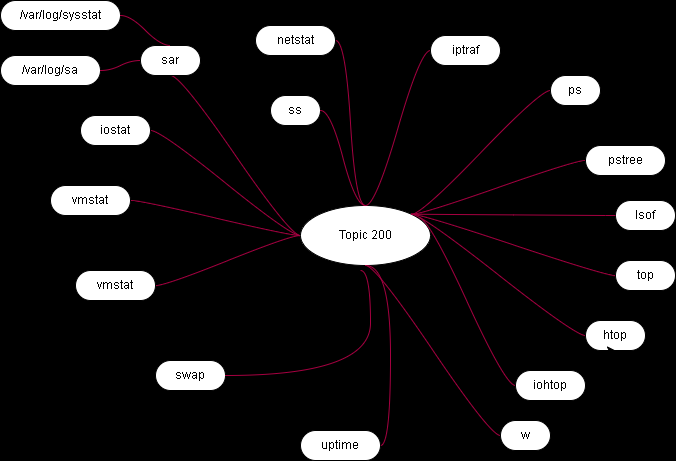
marcossilvestrini/learning-lpic-2-201-450 keeps this draw.io diagram as MindMaps/MindMaps.drawio.png. Above is the earlier version. Source tidied: cells renumbered, new cells last; positions are measured from the earlier drawing's top-left corner, leaving out a move shared by most shapes.
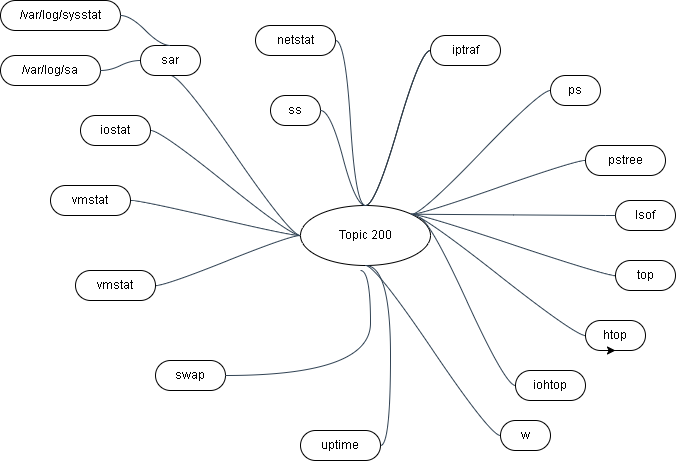
Later version of the same file.

Diff of the diagram source:
```diff
@@ -1,20 +1,20 @@
-<mxGraphModel background="#000000">
+<mxGraphModel shadow="1">
   <root>
     <mxCell id="0" />
     <mxCell id="1" parent="0" />
     <mxCell id="2" value="Topic 200" style="ellipse;whiteSpace=wrap;html=1;align=center;newEdgeStyle={&quot;edgeStyle&quot;:&quot;entityRelationEdgeStyle&quot;,&quot;startArrow&quot;:&quot;none&quot;,&quot;endArrow&quot;:&quot;none&quot;,&quot;segment&quot;:10,&quot;curved&quot;:1};" parent="1" vertex="1">
       <mxGeometry x="300" y="205" width="130" height="60" as="geometry" />
     </mxCell>
-    <mxCell id="3" style="edgeStyle=entityRelationEdgeStyle;startArrow=none;endArrow=none;segment=10;curved=1;exitX=0;exitY=0.5;exitDx=0;exitDy=0;entryX=1;entryY=0.5;entryDx=0;entryDy=0;fillColor=#d80073;strokeColor=#A50040;shadow=0;" parent="1" edge="1" source="2" target="9">
+    <mxCell id="3" style="edgeStyle=entityRelationEdgeStyle;startArrow=none;endArrow=none;segment=10;curved=1;exitX=0;exitY=0.5;exitDx=0;exitDy=0;entryX=1;entryY=0.5;entryDx=0;entryDy=0;fillColor=#647687;strokeColor=#314354;shadow=0;" parent="1" edge="1" source="2" target="9">
       <mxGeometry relative="1" as="geometry" />
     </mxCell>
-    <mxCell id="4" style="edgeStyle=entityRelationEdgeStyle;startArrow=none;endArrow=none;segment=10;curved=1;exitX=0;exitY=0.5;exitDx=0;exitDy=0;entryX=0.5;entryY=1;entryDx=0;entryDy=0;fillColor=#d80073;strokeColor=#A50040;shadow=0;" parent="1" edge="1" source="2" target="7">
+    <mxCell id="4" style="edgeStyle=entityRelationEdgeStyle;startArrow=none;endArrow=none;segment=10;curved=1;exitX=0;exitY=0.5;exitDx=0;exitDy=0;entryX=0.5;entryY=1;entryDx=0;entryDy=0;fillColor=#647687;strokeColor=#314354;shadow=0;" parent="1" edge="1" source="2" target="7">
       <mxGeometry relative="1" as="geometry" />
     </mxCell>
-    <mxCell id="5" style="edgeStyle=entityRelationEdgeStyle;startArrow=none;endArrow=none;segment=10;curved=1;entryX=1;entryY=0.5;entryDx=0;entryDy=0;exitX=0;exitY=0.5;exitDx=0;exitDy=0;fillColor=#d80073;strokeColor=#A50040;shadow=0;" parent="1" edge="1" source="2" target="10">
+    <mxCell id="5" style="edgeStyle=entityRelationEdgeStyle;startArrow=none;endArrow=none;segment=10;curved=1;entryX=1;entryY=0.5;entryDx=0;entryDy=0;exitX=0;exitY=0.5;exitDx=0;exitDy=0;fillColor=#647687;strokeColor=#314354;shadow=0;" parent="1" edge="1" source="2" target="10">
       <mxGeometry relative="1" as="geometry" />
     </mxCell>
-    <mxCell id="6" style="edgeStyle=entityRelationEdgeStyle;startArrow=none;endArrow=none;segment=10;curved=1;exitX=0;exitY=0.5;exitDx=0;exitDy=0;entryX=1;entryY=0.5;entryDx=0;entryDy=0;fillColor=#d80073;strokeColor=#A50040;shadow=0;" parent="1" edge="1" source="2" target="8">
+    <mxCell id="6" style="edgeStyle=entityRelationEdgeStyle;startArrow=none;endArrow=none;segment=10;curved=1;exitX=0;exitY=0.5;exitDx=0;exitDy=0;entryX=1;entryY=0.5;entryDx=0;entryDy=0;fillColor=#647687;strokeColor=#314354;shadow=0;" parent="1" edge="1" source="2" target="8">
       <mxGeometry relative="1" as="geometry" />
     </mxCell>
     <mxCell id="7" value="sar" style="whiteSpace=wrap;html=1;rounded=1;arcSize=50;align=center;verticalAlign=middle;strokeWidth=1;spacing=4;newEdgeStyle={&quot;edgeStyle&quot;:&quot;entityRelationEdgeStyle&quot;,&quot;startArrow&quot;:&quot;none&quot;,&quot;endArrow&quot;:&quot;none&quot;,&quot;segment&quot;:10,&quot;curved&quot;:1};" parent="1" vertex="1">
@@ -32,25 +32,25 @@
     <mxCell id="11" value="/var/log/sysstat" style="whiteSpace=wrap;html=1;rounded=1;arcSize=50;align=center;verticalAlign=middle;strokeWidth=1;spacing=4;newEdgeStyle={&quot;edgeStyle&quot;:&quot;entityRelationEdgeStyle&quot;,&quot;startArrow&quot;:&quot;none&quot;,&quot;endArrow&quot;:&quot;none&quot;,&quot;segment&quot;:10,&quot;curved&quot;:1};" parent="1" vertex="1">
       <mxGeometry width="120" height="30" as="geometry" />
     </mxCell>
-    <mxCell id="12" style="edgeStyle=entityRelationEdgeStyle;startArrow=none;endArrow=none;segment=10;curved=1;exitX=0.5;exitY=0;exitDx=0;exitDy=0;fillColor=#d80073;strokeColor=#A50040;shadow=0;" parent="1" edge="1" source="7" target="11">
+    <mxCell id="12" style="edgeStyle=entityRelationEdgeStyle;startArrow=none;endArrow=none;segment=10;curved=1;exitX=0.5;exitY=0;exitDx=0;exitDy=0;fillColor=#647687;strokeColor=#314354;shadow=0;" parent="1" edge="1" source="7" target="11">
       <mxGeometry relative="1" as="geometry" />
     </mxCell>
     <mxCell id="13" value="/var/log/sa" style="whiteSpace=wrap;html=1;rounded=1;arcSize=50;align=center;verticalAlign=middle;strokeWidth=1;spacing=4;newEdgeStyle={&quot;edgeStyle&quot;:&quot;entityRelationEdgeStyle&quot;,&quot;startArrow&quot;:&quot;none&quot;,&quot;endArrow&quot;:&quot;none&quot;,&quot;segment&quot;:10,&quot;curved&quot;:1};" parent="1" vertex="1">
       <mxGeometry y="55" width="100" height="30" as="geometry" />
     </mxCell>
-    <mxCell id="14" style="edgeStyle=entityRelationEdgeStyle;startArrow=none;endArrow=none;segment=10;curved=1;exitX=0;exitY=0.5;exitDx=0;exitDy=0;fillColor=#d80073;strokeColor=#A50040;shadow=0;" parent="1" edge="1" source="7" target="13">
+    <mxCell id="14" style="edgeStyle=entityRelationEdgeStyle;startArrow=none;endArrow=none;segment=10;curved=1;exitX=0;exitY=0.5;exitDx=0;exitDy=0;fillColor=#647687;strokeColor=#314354;shadow=0;" parent="1" edge="1" source="7" target="13">
       <mxGeometry relative="1" as="geometry" />
     </mxCell>
     <mxCell id="15" value="netstat" style="whiteSpace=wrap;html=1;rounded=1;arcSize=50;align=center;verticalAlign=middle;strokeWidth=1;spacing=4;newEdgeStyle={&quot;edgeStyle&quot;:&quot;entityRelationEdgeStyle&quot;,&quot;startArrow&quot;:&quot;none&quot;,&quot;endArrow&quot;:&quot;none&quot;,&quot;segment&quot;:10,&quot;curved&quot;:1};" parent="1" vertex="1">
       <mxGeometry x="255" y="25" width="80" height="30" as="geometry" />
     </mxCell>
-    <mxCell id="16" style="edgeStyle=entityRelationEdgeStyle;startArrow=none;endArrow=none;segment=10;curved=1;exitX=0.5;exitY=0;exitDx=0;exitDy=0;fillColor=#d80073;strokeColor=#A50040;shadow=0;" parent="1" edge="1" source="2" target="15">
+    <mxCell id="16" style="edgeStyle=entityRelationEdgeStyle;startArrow=none;endArrow=none;segment=10;curved=1;exitX=0.5;exitY=0;exitDx=0;exitDy=0;fillColor=#647687;strokeColor=#314354;shadow=0;" parent="1" edge="1" source="2" target="15">
       <mxGeometry relative="1" as="geometry" />
     </mxCell>
     <mxCell id="17" value="ss" style="whiteSpace=wrap;html=1;rounded=1;arcSize=50;align=center;verticalAlign=middle;strokeWidth=1;spacing=4;newEdgeStyle={&quot;edgeStyle&quot;:&quot;entityRelationEdgeStyle&quot;,&quot;startArrow&quot;:&quot;none&quot;,&quot;endArrow&quot;:&quot;none&quot;,&quot;segment&quot;:10,&quot;curved&quot;:1};" parent="1" vertex="1">
       <mxGeometry x="270" y="95" width="50" height="30" as="geometry" />
     </mxCell>
-    <mxCell id="18" style="edgeStyle=entityRelationEdgeStyle;startArrow=none;endArrow=none;segment=10;curved=1;exitX=0.5;exitY=0;exitDx=0;exitDy=0;fillColor=#d80073;strokeColor=#A50040;shadow=0;" parent="1" edge="1" source="2" target="17">
+    <mxCell id="18" style="edgeStyle=entityRelationEdgeStyle;startArrow=none;endArrow=none;segment=10;curved=1;exitX=0.5;exitY=0;exitDx=0;exitDy=0;fillColor=#647687;strokeColor=#314354;shadow=0;" parent="1" edge="1" source="2" target="17">
       <mxGeometry relative="1" as="geometry" />
     </mxCell>
     <mxCell id="19" value="iptraf" style="whiteSpace=wrap;html=1;rounded=1;arcSize=50;align=center;verticalAlign=middle;strokeWidth=1;spacing=4;newEdgeStyle={&quot;edgeStyle&quot;:&quot;entityRelationEdgeStyle&quot;,&quot;startArrow&quot;:&quot;none&quot;,&quot;endArrow&quot;:&quot;none&quot;,&quot;segment&quot;:10,&quot;curved&quot;:1};" parent="1" vertex="1">
@@ -62,37 +62,37 @@
     <mxCell id="21" value="ps" style="whiteSpace=wrap;html=1;rounded=1;arcSize=50;align=center;verticalAlign=middle;strokeWidth=1;spacing=4;newEdgeStyle={&quot;edgeStyle&quot;:&quot;entityRelationEdgeStyle&quot;,&quot;startArrow&quot;:&quot;none&quot;,&quot;endArrow&quot;:&quot;none&quot;,&quot;segment&quot;:10,&quot;curved&quot;:1};" parent="1" vertex="1">
       <mxGeometry x="550" y="75" width="50" height="30" as="geometry" />
     </mxCell>
-    <mxCell id="22" style="edgeStyle=entityRelationEdgeStyle;startArrow=none;endArrow=none;segment=10;curved=1;exitX=1;exitY=0;exitDx=0;exitDy=0;fillColor=#d80073;strokeColor=#A50040;shadow=0;" parent="1" edge="1" source="2" target="21">
+    <mxCell id="22" style="edgeStyle=entityRelationEdgeStyle;startArrow=none;endArrow=none;segment=10;curved=1;exitX=1;exitY=0;exitDx=0;exitDy=0;fillColor=#647687;strokeColor=#314354;shadow=0;" parent="1" edge="1" source="2" target="21">
       <mxGeometry relative="1" as="geometry" />
     </mxCell>
     <mxCell id="23" value="pstree" style="whiteSpace=wrap;html=1;rounded=1;arcSize=50;align=center;verticalAlign=middle;strokeWidth=1;spacing=4;newEdgeStyle={&quot;edgeStyle&quot;:&quot;entityRelationEdgeStyle&quot;,&quot;startArrow&quot;:&quot;none&quot;,&quot;endArrow&quot;:&quot;none&quot;,&quot;segment&quot;:10,&quot;curved&quot;:1};" parent="1" vertex="1">
       <mxGeometry x="585" y="145" width="80" height="30" as="geometry" />
     </mxCell>
-    <mxCell id="24" style="edgeStyle=entityRelationEdgeStyle;startArrow=none;endArrow=none;segment=10;curved=1;exitX=1;exitY=0;exitDx=0;exitDy=0;fillColor=#d80073;strokeColor=#A50040;shadow=0;" parent="1" edge="1" source="2" target="23">
+    <mxCell id="24" style="edgeStyle=entityRelationEdgeStyle;startArrow=none;endArrow=none;segment=10;curved=1;exitX=1;exitY=0;exitDx=0;exitDy=0;fillColor=#647687;strokeColor=#314354;shadow=0;" parent="1" edge="1" source="2" target="23">
       <mxGeometry relative="1" as="geometry" />
     </mxCell>
     <mxCell id="25" value="w" style="whiteSpace=wrap;html=1;rounded=1;arcSize=50;align=center;verticalAlign=middle;strokeWidth=1;spacing=4;newEdgeStyle={&quot;edgeStyle&quot;:&quot;entityRelationEdgeStyle&quot;,&quot;startArrow&quot;:&quot;none&quot;,&quot;endArrow&quot;:&quot;none&quot;,&quot;segment&quot;:10,&quot;curved&quot;:1};" parent="1" vertex="1">
       <mxGeometry x="500" y="420" width="50" height="30" as="geometry" />
     </mxCell>
-    <mxCell id="26" style="edgeStyle=entityRelationEdgeStyle;startArrow=none;endArrow=none;segment=10;curved=1;exitX=0.5;exitY=1;exitDx=0;exitDy=0;fillColor=#d80073;strokeColor=#A50040;shadow=0;" parent="1" edge="1" source="2" target="25">
+    <mxCell id="26" style="edgeStyle=entityRelationEdgeStyle;startArrow=none;endArrow=none;segment=10;curved=1;exitX=0.5;exitY=1;exitDx=0;exitDy=0;fillColor=#647687;strokeColor=#314354;shadow=0;" parent="1" edge="1" source="2" target="25">
       <mxGeometry relative="1" as="geometry" />
     </mxCell>
     <mxCell id="27" value="top" style="whiteSpace=wrap;html=1;rounded=1;arcSize=50;align=center;verticalAlign=middle;strokeWidth=1;spacing=4;newEdgeStyle={&quot;edgeStyle&quot;:&quot;entityRelationEdgeStyle&quot;,&quot;startArrow&quot;:&quot;none&quot;,&quot;endArrow&quot;:&quot;none&quot;,&quot;segment&quot;:10,&quot;curved&quot;:1};" parent="1" vertex="1">
       <mxGeometry x="615" y="260" width="60" height="30" as="geometry" />
     </mxCell>
-    <mxCell id="28" style="edgeStyle=entityRelationEdgeStyle;startArrow=none;endArrow=none;segment=10;curved=1;exitX=1;exitY=0;exitDx=0;exitDy=0;fillColor=#d80073;strokeColor=#A50040;shadow=0;" parent="1" edge="1" source="2" target="27">
+    <mxCell id="28" style="edgeStyle=entityRelationEdgeStyle;startArrow=none;endArrow=none;segment=10;curved=1;exitX=1;exitY=0;exitDx=0;exitDy=0;fillColor=#647687;strokeColor=#314354;shadow=0;" parent="1" edge="1" source="2" target="27">
       <mxGeometry relative="1" as="geometry" />
     </mxCell>
     <mxCell id="29" value="htop" style="whiteSpace=wrap;html=1;rounded=1;arcSize=50;align=center;verticalAlign=middle;strokeWidth=1;spacing=4;newEdgeStyle={&quot;edgeStyle&quot;:&quot;entityRelationEdgeStyle&quot;,&quot;startArrow&quot;:&quot;none&quot;,&quot;endArrow&quot;:&quot;none&quot;,&quot;segment&quot;:10,&quot;curved&quot;:1};" parent="1" vertex="1">
       <mxGeometry x="585" y="320" width="60" height="30" as="geometry" />
     </mxCell>
-    <mxCell id="30" style="edgeStyle=entityRelationEdgeStyle;startArrow=none;endArrow=none;segment=10;curved=1;exitX=1;exitY=0;exitDx=0;exitDy=0;fillColor=#d80073;strokeColor=#A50040;shadow=0;" parent="1" edge="1" source="2" target="29">
+    <mxCell id="30" style="edgeStyle=entityRelationEdgeStyle;startArrow=none;endArrow=none;segment=10;curved=1;exitX=1;exitY=0;exitDx=0;exitDy=0;fillColor=#647687;strokeColor=#314354;shadow=0;" parent="1" edge="1" source="2" target="29">
       <mxGeometry relative="1" as="geometry" />
     </mxCell>
     <mxCell id="31" value="lsof" style="whiteSpace=wrap;html=1;rounded=1;arcSize=50;align=center;verticalAlign=middle;strokeWidth=1;spacing=4;newEdgeStyle={&quot;edgeStyle&quot;:&quot;entityRelationEdgeStyle&quot;,&quot;startArrow&quot;:&quot;none&quot;,&quot;endArrow&quot;:&quot;none&quot;,&quot;segment&quot;:10,&quot;curved&quot;:1};" parent="1" vertex="1">
       <mxGeometry x="615" y="200" width="60" height="30" as="geometry" />
     </mxCell>
-    <mxCell id="32" style="edgeStyle=entityRelationEdgeStyle;startArrow=none;endArrow=none;segment=10;curved=1;exitX=1;exitY=0;exitDx=0;exitDy=0;fillColor=#d80073;strokeColor=#A50040;shadow=0;" parent="1" edge="1" source="2" target="31">
+    <mxCell id="32" style="edgeStyle=entityRelationEdgeStyle;startArrow=none;endArrow=none;segment=10;curved=1;exitX=1;exitY=0;exitDx=0;exitDy=0;fillColor=#647687;strokeColor=#314354;shadow=0;" parent="1" edge="1" source="2" target="31">
       <mxGeometry relative="1" as="geometry" />
     </mxCell>
     <mxCell id="33" style="edgeStyle=none;html=1;exitX=0.25;exitY=1;exitDx=0;exitDy=0;entryX=0.5;entryY=1;entryDx=0;entryDy=0;" parent="1" edge="1" source="29" target="29">
@@ -101,24 +101,24 @@
     <mxCell id="34" value="iohtop" style="whiteSpace=wrap;html=1;rounded=1;arcSize=50;align=center;verticalAlign=middle;strokeWidth=1;spacing=4;newEdgeStyle={&quot;edgeStyle&quot;:&quot;entityRelationEdgeStyle&quot;,&quot;startArrow&quot;:&quot;none&quot;,&quot;endArrow&quot;:&quot;none&quot;,&quot;segment&quot;:10,&quot;curved&quot;:1};" parent="1" vertex="1">
       <mxGeometry x="515" y="370" width="70" height="30" as="geometry" />
     </mxCell>
-    <mxCell id="35" style="edgeStyle=entityRelationEdgeStyle;startArrow=none;endArrow=none;segment=10;curved=1;exitX=0.908;exitY=0.2;exitDx=0;exitDy=0;exitPerimeter=0;fillColor=#d80073;strokeColor=#A50040;shadow=0;" parent="1" edge="1" source="2" target="34">
+    <mxCell id="35" style="edgeStyle=entityRelationEdgeStyle;startArrow=none;endArrow=none;segment=10;curved=1;exitX=0.908;exitY=0.2;exitDx=0;exitDy=0;exitPerimeter=0;fillColor=#647687;strokeColor=#314354;shadow=0;" parent="1" edge="1" source="2" target="34">
       <mxGeometry relative="1" as="geometry" />
     </mxCell>
     <mxCell id="36" value="uptime" style="whiteSpace=wrap;html=1;rounded=1;arcSize=50;align=center;verticalAlign=middle;strokeWidth=1;spacing=4;newEdgeStyle={&quot;edgeStyle&quot;:&quot;entityRelationEdgeStyle&quot;,&quot;startArrow&quot;:&quot;none&quot;,&quot;endArrow&quot;:&quot;none&quot;,&quot;segment&quot;:10,&quot;curved&quot;:1};" parent="1" vertex="1">
       <mxGeometry x="300" y="430" width="80" height="30" as="geometry" />
     </mxCell>
-    <mxCell id="37" style="edgeStyle=entityRelationEdgeStyle;startArrow=none;endArrow=none;segment=10;curved=1;exitX=0.5;exitY=1;exitDx=0;exitDy=0;fillColor=#d80073;strokeColor=#A50040;shadow=0;" parent="1" edge="1" source="2" target="36">
+    <mxCell id="37" style="edgeStyle=entityRelationEdgeStyle;startArrow=none;endArrow=none;segment=10;curved=1;exitX=0.5;exitY=1;exitDx=0;exitDy=0;fillColor=#647687;strokeColor=#314354;shadow=0;" parent="1" edge="1" source="2" target="36">
       <mxGeometry relative="1" as="geometry" />
     </mxCell>
     <mxCell id="38" value="swap" style="whiteSpace=wrap;html=1;rounded=1;arcSize=50;align=center;verticalAlign=middle;strokeWidth=1;spacing=4;newEdgeStyle={&quot;edgeStyle&quot;:&quot;entityRelationEdgeStyle&quot;,&quot;startArrow&quot;:&quot;none&quot;,&quot;endArrow&quot;:&quot;none&quot;,&quot;segment&quot;:10,&quot;curved&quot;:1};" parent="1" vertex="1">
       <mxGeometry x="155" y="360" width="70" height="30" as="geometry" />
     </mxCell>
-    <mxCell id="39" style="edgeStyle=entityRelationEdgeStyle;startArrow=none;endArrow=none;segment=10;curved=1;fillColor=#d80073;strokeColor=#A50040;shadow=0;" parent="1" edge="1" target="38">
+    <mxCell id="39" style="edgeStyle=entityRelationEdgeStyle;startArrow=none;endArrow=none;segment=10;curved=1;fillColor=#647687;strokeColor=#314354;shadow=0;" parent="1" edge="1" target="38">
       <mxGeometry relative="1" as="geometry">
         <mxPoint x="360" y="270" as="sourcePoint" />
       </mxGeometry>
     </mxCell>
-    <mxCell id="40" style="edgeStyle=entityRelationEdgeStyle;startArrow=none;endArrow=none;segment=10;curved=1;exitX=0.5;exitY=0;exitDx=0;exitDy=0;fillColor=#d80073;strokeColor=#A50040;shadow=0;" parent="1" edge="1">
+    <mxCell id="40" style="edgeStyle=entityRelationEdgeStyle;startArrow=none;endArrow=none;segment=10;curved=1;exitX=0.5;exitY=0;exitDx=0;exitDy=0;fillColor=#647687;strokeColor=#314354;shadow=0;" parent="1" edge="1">
       <mxGeometry relative="1" as="geometry">
         <mxPoint x="365" y="205" as="sourcePoint" />
         <mxPoint x="430" y="50" as="targetPoint" />
```
